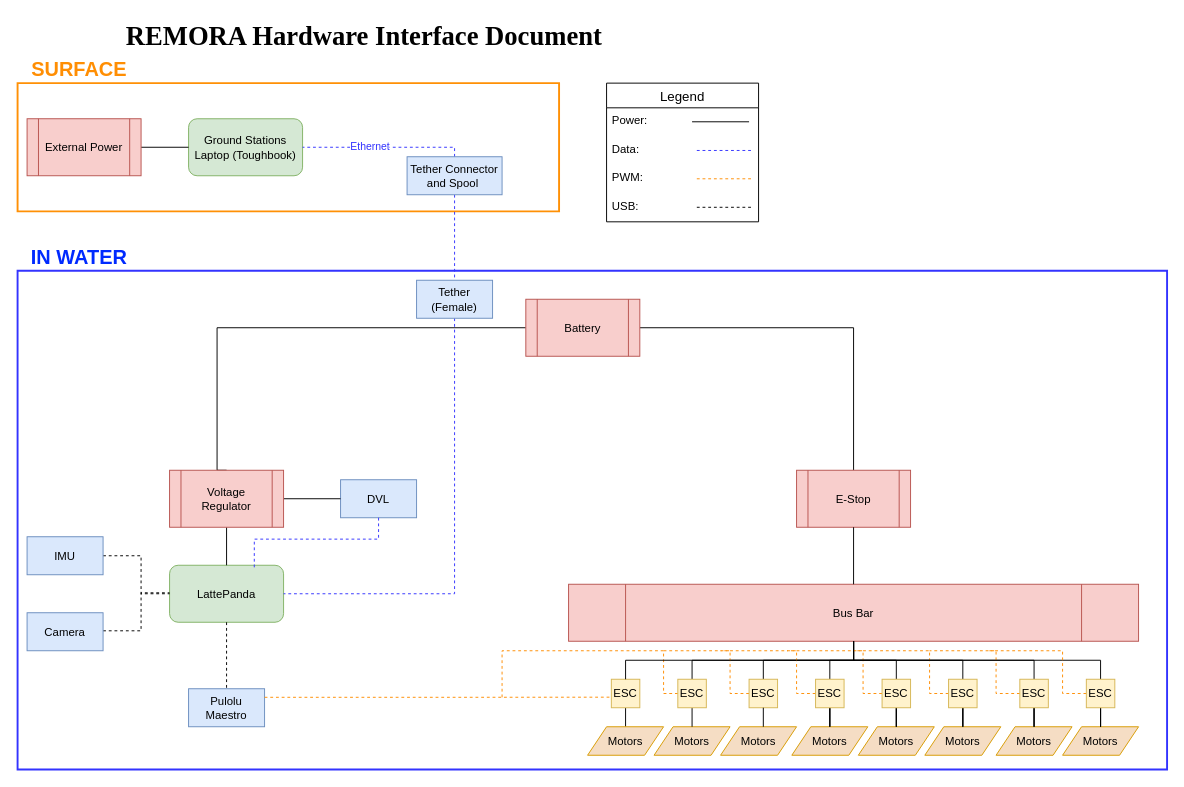
Before: RemoraSID.drawio in sam4413/RobosubSIDs, a draw.io diagram. Source tidied: cells renumbered, new cells numbered last; positions are measured from the earlier drawing's top-left corner, leaving out a move shared by most shapes. Both pictures are drawn from the tidied source at 95%, with x=0, y=0 at pixel (17, 16).
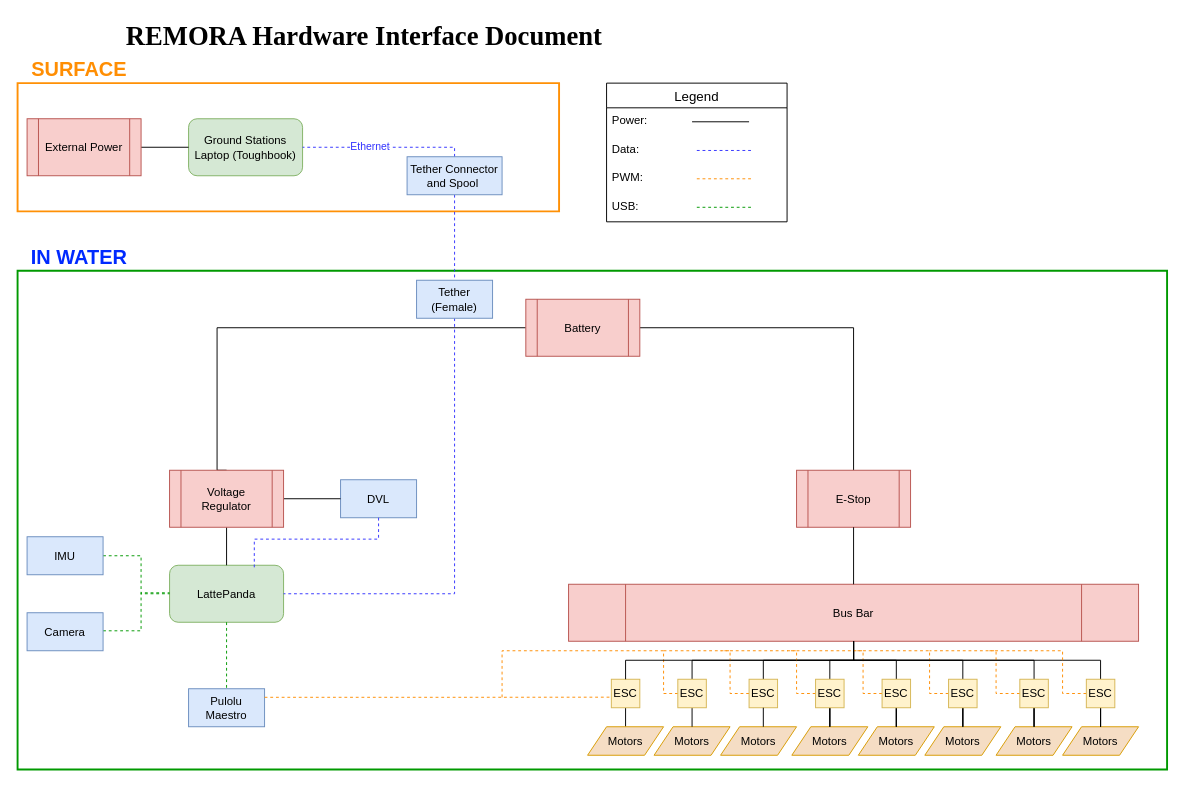
The same diagram, later.

Unchanged cells that the change refers to:
```xml
<mxCell id="4" value="LattePanda" style="rounded=1;whiteSpace=wrap;html=1;fillColor=#d5e8d4;strokeColor=#82b366;" parent="1" vertex="1">
  <mxGeometry x="160" y="577.5" width="120" height="60" as="geometry" />
</mxCell>
<mxCell id="6" value="IMU" style="rounded=0;whiteSpace=wrap;html=1;fillColor=#dae8fc;strokeColor=#6c8ebf;" parent="1" vertex="1">
  <mxGeometry x="10" y="547.5" width="80" height="40" as="geometry" />
</mxCell>
<mxCell id="10" value="Pulolu Maestro" style="rounded=0;whiteSpace=wrap;html=1;fillColor=#dae8fc;strokeColor=#6c8ebf;" parent="1" vertex="1">
  <mxGeometry x="180" y="707.5" width="80" height="40" as="geometry" />
</mxCell>
```

The edit, as a diff of the source:
```diff
@@
-    <mxCell id="2" style="verticalLabelPosition=bottom;verticalAlign=top;html=1;shape=mxgraph.basic.rect;fillColor2=none;strokeWidth=2;size=20;indent=5;fillColor=none;strokeColor=#3333FF;" parent="1" vertex="1">
+    <mxCell id="2" style="verticalLabelPosition=bottom;verticalAlign=top;html=1;shape=mxgraph.basic.rect;fillColor2=none;strokeWidth=2;size=20;indent=5;fillColor=none;strokeColor=light-dark(#009900,#FFFFFF);" parent="1" vertex="1">
       <mxGeometry y="267.5" width="1210" height="525" as="geometry" />
     </mxCell>
@@
-    <mxCell id="5" style="edgeStyle=orthogonalEdgeStyle;rounded=0;jettySize=auto;html=1;entryX=0;entryY=0.5;entryDx=0;entryDy=0;strokeColor=#000000;dashed=1;endArrow=none;endFill=0;" parent="1" edge="1" source="6" target="4">
+    <mxCell id="5" style="edgeStyle=orthogonalEdgeStyle;rounded=0;jettySize=auto;html=1;entryX=0;entryY=0.5;entryDx=0;entryDy=0;strokeColor=light-dark(#009900,#FFFFFF);dashed=1;endArrow=none;endFill=0;" parent="1" edge="1" source="6" target="4">
       <mxGeometry relative="1" as="geometry">
         <Array as="points">
           <mxPoint x="130" y="568" />
           <mxPoint x="130" y="608" />
         </Array>
       </mxGeometry>
     </mxCell>
@@
-    <mxCell id="21" style="endArrow=none;dashed=1;html=1;rounded=0;exitX=0.5;exitY=1;exitDx=0;exitDy=0;entryX=0.5;entryY=0;entryDx=0;entryDy=0;strokeColor=#000000;" parent="1" edge="1" source="4" target="10">
+    <mxCell id="21" style="endArrow=none;dashed=1;html=1;rounded=0;exitX=0.5;exitY=1;exitDx=0;exitDy=0;entryX=0.5;entryY=0;entryDx=0;entryDy=0;strokeColor=light-dark(#009900,#FFFFFF);" parent="1" edge="1" source="4" target="10">
       <mxGeometry relative="1" as="geometry" />
     </mxCell>
@@
-    <mxCell id="61" style="edgeStyle=orthogonalEdgeStyle;rounded=0;orthogonalLoop=1;jettySize=auto;html=1;entryX=0;entryY=0.5;entryDx=0;entryDy=0;strokeColor=#000000;dashed=1;endArrow=none;endFill=0;" parent="1" edge="1">
+    <mxCell id="61" style="edgeStyle=orthogonalEdgeStyle;rounded=0;orthogonalLoop=1;jettySize=auto;html=1;entryX=0;entryY=0.5;entryDx=0;entryDy=0;strokeColor=light-dark(#009900,#FFFFFF);dashed=1;endArrow=none;endFill=0;" parent="1" edge="1">
       <mxGeometry relative="1" as="geometry">
         <mxPoint x="90" y="646.5" as="sourcePoint" />
         <mxPoint x="160" y="606.5" as="targetPoint" />
         <Array as="points">
           <mxPoint x="130" y="647" />
           <mxPoint x="130" y="607" />
         </Array>
       </mxGeometry>
     </mxCell>
@@
     <mxCell id="73" value="Legend" style="swimlane;fontStyle=0;horizontal=1;startSize=26;align=center;fontSize=14;" parent="1" vertex="1">
-      <mxGeometry x="620" y="70" width="160" height="146" as="geometry" />
+      <mxGeometry x="620" y="70" width="190" height="146" as="geometry" />
     </mxCell>
@@
     <mxCell id="75" value="Power:" style="text;strokeColor=none;fillColor=none;spacingLeft=4;spacingRight=4;overflow=hidden;fontSize=12;whiteSpace=wrap;html=1;" parent="73" vertex="1">
-      <mxGeometry y="26" width="160" height="30" as="geometry" />
+      <mxGeometry y="26" width="190" height="30" as="geometry" />
     </mxCell>
     <mxCell id="76" value="&lt;div&gt;Data:&lt;/div&gt;&lt;div&gt;&lt;br&gt;&lt;/div&gt;&lt;div&gt;&lt;br&gt;&lt;/div&gt;" style="text;strokeColor=none;fillColor=none;spacingLeft=4;spacingRight=4;overflow=hidden;fontSize=12;whiteSpace=wrap;html=1;" parent="73" vertex="1">
-      <mxGeometry y="56" width="160" height="30" as="geometry" />
+      <mxGeometry y="56" width="190" height="30" as="geometry" />
     </mxCell>
@@
     <mxCell id="78" value="PWM:" style="text;strokeColor=none;fillColor=none;spacingLeft=4;spacingRight=4;overflow=hidden;fontSize=12;whiteSpace=wrap;html=1;" parent="73" vertex="1">
-      <mxGeometry y="86" width="160" height="30" as="geometry" />
+      <mxGeometry y="86" width="190" height="30" as="geometry" />
     </mxCell>
-    <mxCell id="79" style="endArrow=none;dashed=1;html=1;rounded=0;strokeColor=light-dark(#000000,#FFFFFF);" parent="73" edge="1">
+    <mxCell id="79" style="endArrow=none;dashed=1;html=1;rounded=0;strokeColor=light-dark(#009900,#FFFFFF);" parent="73" edge="1">
       <mxGeometry relative="1" as="geometry">
         <mxPoint x="95" y="130.7" as="sourcePoint" />
         <mxPoint x="155" y="130.7" as="targetPoint" />
       </mxGeometry>
     </mxCell>
     <mxCell id="80" value="USB:" style="text;strokeColor=none;fillColor=none;spacingLeft=4;spacingRight=4;overflow=hidden;fontSize=12;whiteSpace=wrap;html=1;" parent="73" vertex="1">
-      <mxGeometry y="116" width="160" height="30" as="geometry" />
+      <mxGeometry y="116" width="190" height="30" as="geometry" />
     </mxCell>
```
